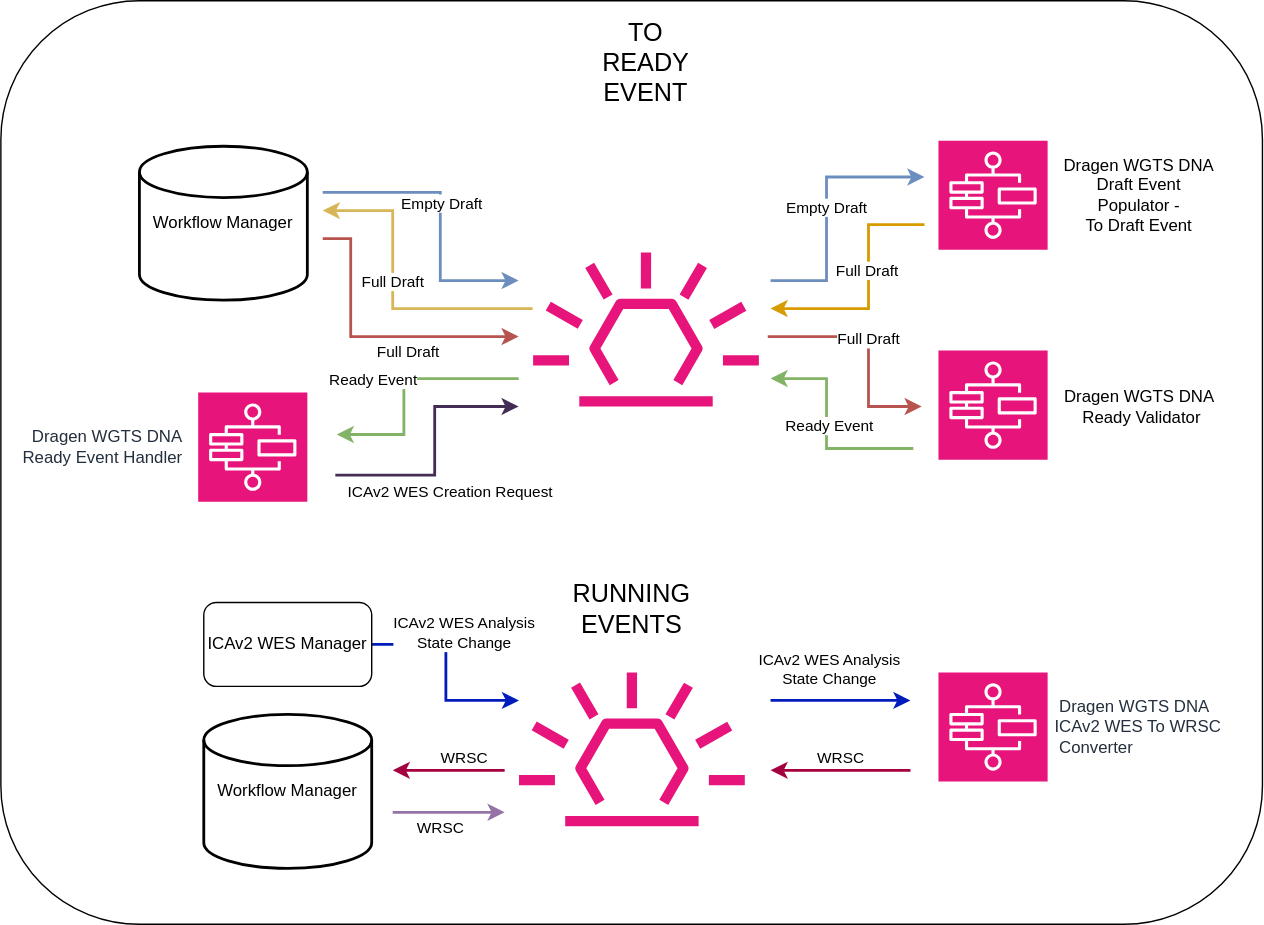
This is docs/drawio-exports/dragen-wgts-dna.drawio.svg from OrcaBus/service-dragen-wgts-dna-pipeline-manager, a draw.io export, as it was before one commit. Source tidied: cells renumbered, new cells last; positions are measured from the earlier drawing's top-left corner, leaving out a move shared by most shapes. Source of this version:
```xml
<mxGraphModel>
  <root>
    <mxCell id="0" />
    <mxCell id="1" parent="0" />
    <mxCell id="2" style="rounded=1;whiteSpace=wrap;html=1;" parent="1" vertex="1">
      <mxGeometry width="901.5" height="660" as="geometry" />
    </mxCell>
    <mxCell id="3" style="edgeStyle=orthogonalEdgeStyle;rounded=0;orthogonalLoop=1;jettySize=auto;html=1;fillColor=#dae8fc;strokeColor=#6c8ebf;strokeWidth=2;" parent="1" edge="1">
      <mxGeometry relative="1" as="geometry">
        <mxPoint x="230" y="137" as="sourcePoint" />
        <mxPoint x="370" y="200" as="targetPoint" />
        <Array as="points">
          <mxPoint x="314" y="137" />
          <mxPoint x="314" y="200" />
        </Array>
      </mxGeometry>
    </mxCell>
    <mxCell id="4" value="Empty Draft" style="edgeLabel;html=1;align=center;verticalAlign=middle;" parent="3" vertex="1">
      <mxGeometry x="0.06" y="-5" relative="1" as="geometry">
        <mxPoint x="5" y="-17" as="offset" />
      </mxGeometry>
    </mxCell>
    <mxCell id="5" style="edgeStyle=orthogonalEdgeStyle;rounded=0;orthogonalLoop=1;jettySize=auto;html=1;fillColor=#f8cecc;strokeColor=#b85450;strokeWidth=2;" parent="1" edge="1">
      <mxGeometry relative="1" as="geometry">
        <mxPoint x="230" y="170" as="sourcePoint" />
        <mxPoint x="370" y="240" as="targetPoint" />
        <Array as="points">
          <mxPoint x="250" y="170" />
          <mxPoint x="250" y="240" />
        </Array>
      </mxGeometry>
    </mxCell>
    <mxCell id="6" value="Full Draft" style="edgeLabel;html=1;align=center;verticalAlign=middle;" parent="5" vertex="1">
      <mxGeometry x="-0.49" y="1" relative="1" as="geometry">
        <mxPoint x="39" y="46" as="offset" />
      </mxGeometry>
    </mxCell>
    <mxCell id="7" style="sketch=0;fontColor=#232F3E;gradientColor=none;fillColor=#E7157B;strokeColor=none;dashed=0;verticalLabelPosition=bottom;verticalAlign=top;align=center;html=1;fontSize=12;fontStyle=0;shape=mxgraph.aws4.eventbridge_default_event_bus_resource;" parent="1" vertex="1">
      <mxGeometry x="380.1" y="180" width="161.9" height="110" as="geometry" />
    </mxCell>
    <mxCell id="8" style="sketch=0;fontColor=#232F3E;fillColor=#E7157B;strokeColor=#ffffff;dashed=0;verticalLabelPosition=bottom;verticalAlign=top;align=center;html=1;fontSize=12;fontStyle=0;shape=mxgraph.aws4.resourceIcon;resIcon=mxgraph.aws4.step_functions;" parent="1" vertex="1">
      <mxGeometry x="670" y="100" width="78" height="78" as="geometry" />
    </mxCell>
    <mxCell id="9" style="sketch=0;fontColor=#232F3E;fillColor=#E7157B;strokeColor=#ffffff;dashed=0;verticalLabelPosition=bottom;verticalAlign=top;align=center;html=1;fontSize=12;fontStyle=0;shape=mxgraph.aws4.resourceIcon;resIcon=mxgraph.aws4.step_functions;" parent="1" vertex="1">
      <mxGeometry x="670" y="250" width="78" height="78" as="geometry" />
    </mxCell>
    <mxCell id="10" style="edgeStyle=orthogonalEdgeStyle;rounded=0;jettySize=auto;html=1;fillColor=#0050ef;strokeColor=#001DBC;strokeWidth=2;" parent="1" edge="1" source="12" target="13">
      <mxGeometry relative="1" as="geometry">
        <Array as="points">
          <mxPoint x="318" y="460" />
          <mxPoint x="318" y="500" />
        </Array>
      </mxGeometry>
    </mxCell>
    <mxCell id="11" value="ICAv2 WES Analysis&lt;div&gt;State Change&lt;/div&gt;" style="edgeLabel;html=1;align=center;verticalAlign=middle;" parent="10" vertex="1">
      <mxGeometry x="-0.3" y="9" relative="1" as="geometry">
        <mxPoint x="14" as="offset" />
      </mxGeometry>
    </mxCell>
    <mxCell id="12" value="ICAv2 WES Manager" style="rounded=1;whiteSpace=wrap;html=1;" parent="1" vertex="1">
      <mxGeometry x="145" y="430" width="120" height="60" as="geometry" />
    </mxCell>
    <mxCell id="13" style="sketch=0;outlineConnect=0;fontColor=#232F3E;gradientColor=none;fillColor=#E7157B;strokeColor=none;dashed=0;verticalLabelPosition=bottom;verticalAlign=top;align=center;html=1;fontSize=12;fontStyle=0;shape=mxgraph.aws4.eventbridge_default_event_bus_resource;" parent="1" vertex="1">
      <mxGeometry x="370" y="480" width="161.9" height="110" as="geometry" />
    </mxCell>
    <mxCell id="14" value="Dragen WGTS DNA&amp;nbsp; &amp;nbsp;&lt;div&gt;Ready Event Handler&amp;nbsp; &amp;nbsp;&lt;/div&gt;" style="sketch=0;fontColor=#232F3E;fillColor=#E7157B;strokeColor=#ffffff;dashed=0;verticalLabelPosition=middle;verticalAlign=middle;align=right;html=1;fontSize=12;fontStyle=0;shape=mxgraph.aws4.resourceIcon;resIcon=mxgraph.aws4.step_functions;labelPosition=left;" parent="1" vertex="1">
      <mxGeometry x="141" y="280" width="78" height="78" as="geometry" />
    </mxCell>
    <mxCell id="15" style="edgeStyle=orthogonalEdgeStyle;rounded=0;orthogonalLoop=1;jettySize=auto;html=1;fillColor=#dae8fc;strokeColor=#6c8ebf;strokeWidth=2;" parent="1" edge="1">
      <mxGeometry relative="1" as="geometry">
        <mxPoint x="550" y="200" as="sourcePoint" />
        <mxPoint x="660" y="126" as="targetPoint" />
        <Array as="points">
          <mxPoint x="590" y="200" />
          <mxPoint x="590" y="126" />
        </Array>
      </mxGeometry>
    </mxCell>
    <mxCell id="16" value="Empty Draft" style="edgeLabel;html=1;align=center;verticalAlign=middle;" parent="15" vertex="1">
      <mxGeometry x="0.01" y="1" relative="1" as="geometry" />
    </mxCell>
    <mxCell id="17" style="edgeStyle=orthogonalEdgeStyle;rounded=0;orthogonalLoop=1;jettySize=auto;html=1;fillColor=#ffe6cc;strokeColor=#d79b00;strokeWidth=2;" parent="1" edge="1">
      <mxGeometry relative="1" as="geometry">
        <mxPoint x="660" y="160" as="sourcePoint" />
        <mxPoint x="550" y="220" as="targetPoint" />
        <Array as="points">
          <mxPoint x="660" y="160" />
          <mxPoint x="620" y="160" />
          <mxPoint x="620" y="220" />
        </Array>
      </mxGeometry>
    </mxCell>
    <mxCell id="18" value="Full Draft" style="edgeLabel;html=1;align=center;verticalAlign=middle;" parent="17" vertex="1">
      <mxGeometry x="-0.26" y="-2" relative="1" as="geometry">
        <mxPoint y="9" as="offset" />
      </mxGeometry>
    </mxCell>
    <mxCell id="19" style="edgeStyle=orthogonalEdgeStyle;rounded=0;orthogonalLoop=1;jettySize=auto;html=1;fillColor=#fff2cc;strokeColor=#d6b656;strokeWidth=2;" parent="1" edge="1">
      <mxGeometry relative="1" as="geometry">
        <mxPoint x="380" y="220" as="sourcePoint" />
        <mxPoint x="230" y="150" as="targetPoint" />
        <Array as="points">
          <mxPoint x="280" y="220" />
          <mxPoint x="280" y="150" />
        </Array>
      </mxGeometry>
    </mxCell>
    <mxCell id="20" value="Full Draft" style="edgeLabel;html=1;align=center;verticalAlign=middle;" parent="19" vertex="1">
      <mxGeometry x="-0.21" y="-2" relative="1" as="geometry">
        <mxPoint x="-14" y="-18" as="offset" />
      </mxGeometry>
    </mxCell>
    <mxCell id="21" style="edgeStyle=orthogonalEdgeStyle;rounded=0;orthogonalLoop=1;jettySize=auto;html=1;fillColor=#f8cecc;strokeColor=#b85450;strokeWidth=2;" parent="1" edge="1">
      <mxGeometry relative="1" as="geometry">
        <mxPoint x="548" y="240" as="sourcePoint" />
        <mxPoint x="658" y="290" as="targetPoint" />
        <Array as="points">
          <mxPoint x="620" y="240" />
          <mxPoint x="620" y="290" />
          <mxPoint x="658" y="290" />
        </Array>
      </mxGeometry>
    </mxCell>
    <mxCell id="22" value="Full Draft" style="edgeLabel;html=1;align=center;verticalAlign=middle;" parent="21" vertex="1">
      <mxGeometry x="-0.11" y="-1" relative="1" as="geometry" />
    </mxCell>
    <mxCell id="23" value="Dragen WGTS DNA &lt;br&gt;Draft Event &lt;br&gt;Populator - &lt;br&gt;To Draft Event" style="text;html=1;align=center;verticalAlign=middle;strokeColor=none;fillColor=none;" parent="1" vertex="1">
      <mxGeometry x="748" y="104" width="130" height="70" as="geometry" />
    </mxCell>
    <mxCell id="24" value="Dragen WGTS DNA&amp;nbsp;&lt;div&gt;Ready Validator&lt;/div&gt;" style="text;html=1;align=center;verticalAlign=middle;strokeColor=none;fillColor=none;" parent="1" vertex="1">
      <mxGeometry x="750" y="270" width="130" height="40" as="geometry" />
    </mxCell>
    <mxCell id="25" value="&lt;font style=&quot;font-size: 18px;&quot;&gt;TO READY EVENT&lt;/font&gt;" style="text;html=1;align=center;verticalAlign=middle;whiteSpace=wrap;rounded=0;" parent="1" vertex="1">
      <mxGeometry x="431" y="30" width="60" height="30" as="geometry" />
    </mxCell>
    <mxCell id="26" value="&lt;span style=&quot;font-size: 18px;&quot;&gt;RUNNING EVENTS&lt;/span&gt;" style="text;html=1;align=center;verticalAlign=middle;whiteSpace=wrap;rounded=0;" parent="1" vertex="1">
      <mxGeometry x="420.9" y="420" width="60" height="30" as="geometry" />
    </mxCell>
    <mxCell id="27" style="edgeStyle=orthogonalEdgeStyle;rounded=0;orthogonalLoop=1;jettySize=auto;html=1;fillColor=#0050ef;strokeColor=#001DBC;strokeWidth=2;" parent="1" edge="1">
      <mxGeometry relative="1" as="geometry">
        <mxPoint x="550" y="500" as="sourcePoint" />
        <mxPoint x="650" y="500" as="targetPoint" />
        <Array as="points">
          <mxPoint x="650" y="500" />
        </Array>
      </mxGeometry>
    </mxCell>
    <mxCell id="28" style="edgeStyle=orthogonalEdgeStyle;rounded=0;orthogonalLoop=1;jettySize=auto;html=1;fillColor=#d80073;strokeColor=#A50040;strokeWidth=2;" parent="1" edge="1">
      <mxGeometry relative="1" as="geometry">
        <mxPoint x="650" y="550" as="sourcePoint" />
        <mxPoint x="550" y="550" as="targetPoint" />
        <Array as="points">
          <mxPoint x="610" y="550" />
          <mxPoint x="610" y="550" />
        </Array>
      </mxGeometry>
    </mxCell>
    <mxCell id="29" style="edgeStyle=orthogonalEdgeStyle;rounded=0;orthogonalLoop=1;jettySize=auto;html=1;fillColor=#d80073;strokeColor=#A50040;strokeWidth=2;" parent="1" edge="1">
      <mxGeometry relative="1" as="geometry">
        <mxPoint x="360" y="550" as="sourcePoint" />
        <mxPoint x="280" y="550" as="targetPoint" />
        <Array as="points">
          <mxPoint x="280" y="550" />
        </Array>
      </mxGeometry>
    </mxCell>
    <mxCell id="30" style="edgeStyle=orthogonalEdgeStyle;rounded=0;orthogonalLoop=1;jettySize=auto;html=1;fillColor=#76608a;strokeColor=#432D57;strokeWidth=2;" parent="1" edge="1">
      <mxGeometry relative="1" as="geometry">
        <mxPoint x="240" y="340" as="sourcePoint" />
        <mxPoint x="370" y="290" as="targetPoint" />
        <Array as="points">
          <mxPoint x="240" y="339" />
          <mxPoint x="310" y="339" />
          <mxPoint x="310" y="290" />
        </Array>
      </mxGeometry>
    </mxCell>
    <mxCell id="31" value="ICAv2 WES Creation Request" style="edgeLabel;html=1;align=center;verticalAlign=middle;" parent="30" vertex="1">
      <mxGeometry x="0.09" y="-8" relative="1" as="geometry">
        <mxPoint x="2" y="38" as="offset" />
      </mxGeometry>
    </mxCell>
    <mxCell id="32" value="WRSC" style="edgeLabel;html=1;align=center;verticalAlign=middle;" parent="1" vertex="1">
      <mxGeometry x="599" y="540" as="geometry" />
    </mxCell>
    <mxCell id="33" style="edgeStyle=orthogonalEdgeStyle;rounded=0;orthogonalLoop=1;jettySize=auto;html=1;fillColor=#d5e8d4;strokeColor=#82b366;strokeWidth=2;" parent="1" edge="1">
      <mxGeometry relative="1" as="geometry">
        <mxPoint x="650" y="320" as="sourcePoint" />
        <mxPoint x="550" y="270" as="targetPoint" />
        <Array as="points">
          <mxPoint x="652" y="320" />
          <mxPoint x="590" y="320" />
          <mxPoint x="590" y="270" />
        </Array>
      </mxGeometry>
    </mxCell>
    <mxCell id="34" value="Ready Event" style="edgeLabel;html=1;align=center;verticalAlign=middle;" parent="33" vertex="1">
      <mxGeometry x="-0.11" y="-1" relative="1" as="geometry">
        <mxPoint y="-12" as="offset" />
      </mxGeometry>
    </mxCell>
    <mxCell id="35" value="Workflow Manager" style="strokeWidth=2;html=1;shape=mxgraph.flowchart.database;whiteSpace=wrap;" parent="1" vertex="1">
      <mxGeometry x="99" y="104" width="120" height="110" as="geometry" />
    </mxCell>
    <mxCell id="36" style="edgeStyle=orthogonalEdgeStyle;rounded=0;orthogonalLoop=1;jettySize=auto;html=1;fillColor=#d5e8d4;strokeColor=#82b366;strokeWidth=2;" parent="1" edge="1">
      <mxGeometry relative="1" as="geometry">
        <mxPoint x="370" y="270" as="sourcePoint" />
        <mxPoint x="240" y="310" as="targetPoint" />
        <Array as="points">
          <mxPoint x="360" y="270" />
          <mxPoint x="288" y="270" />
          <mxPoint x="288" y="310" />
        </Array>
      </mxGeometry>
    </mxCell>
    <mxCell id="37" value="Ready Event" style="edgeLabel;html=1;align=center;verticalAlign=middle;" parent="36" vertex="1">
      <mxGeometry x="-0.11" y="-1" relative="1" as="geometry">
        <mxPoint x="-29" y="1" as="offset" />
      </mxGeometry>
    </mxCell>
    <mxCell id="38" value="&amp;nbsp; Dragen WGTS DNA&amp;nbsp;&lt;div&gt;&amp;nbsp;ICAv2 WES To WRSC&lt;/div&gt;&lt;div&gt;&amp;nbsp; Converter&lt;/div&gt;" style="sketch=0;fontColor=#232F3E;fillColor=#E7157B;strokeColor=#ffffff;dashed=0;verticalLabelPosition=middle;verticalAlign=middle;align=left;html=1;fontSize=12;fontStyle=0;shape=mxgraph.aws4.resourceIcon;resIcon=mxgraph.aws4.step_functions;labelPosition=right;" parent="1" vertex="1">
      <mxGeometry x="670" y="480" width="78" height="78" as="geometry" />
    </mxCell>
    <mxCell id="39" value="ICAv2 WES Analysis&lt;div&gt;State Change&lt;/div&gt;" style="edgeLabel;html=1;align=center;verticalAlign=middle;" parent="1" vertex="1">
      <mxGeometry x="380.1" y="400" as="geometry">
        <mxPoint x="211" y="77" as="offset" />
      </mxGeometry>
    </mxCell>
    <mxCell id="40" value="WRSC" style="edgeLabel;html=1;align=center;verticalAlign=middle;" parent="1" vertex="1">
      <mxGeometry x="330" y="540" as="geometry" />
    </mxCell>
    <mxCell id="41" value="Workflow Manager" style="strokeWidth=2;html=1;shape=mxgraph.flowchart.database;whiteSpace=wrap;" parent="1" vertex="1">
      <mxGeometry x="145" y="510" width="120" height="110" as="geometry" />
    </mxCell>
    <mxCell id="42" style="edgeStyle=orthogonalEdgeStyle;rounded=0;orthogonalLoop=1;jettySize=auto;html=1;fillColor=#e1d5e7;strokeColor=#9673a6;strokeWidth=2;" parent="1" edge="1">
      <mxGeometry relative="1" as="geometry">
        <mxPoint x="280" y="580" as="sourcePoint" />
        <mxPoint x="360" y="580" as="targetPoint" />
        <Array as="points">
          <mxPoint x="280" y="580" />
        </Array>
      </mxGeometry>
    </mxCell>
    <mxCell id="43" value="WRSC" style="edgeLabel;html=1;align=center;verticalAlign=middle;" parent="42" vertex="1">
      <mxGeometry x="-0.17" y="-1" relative="1" as="geometry">
        <mxPoint y="9" as="offset" />
      </mxGeometry>
    </mxCell>
  </root>
</mxGraphModel>
```
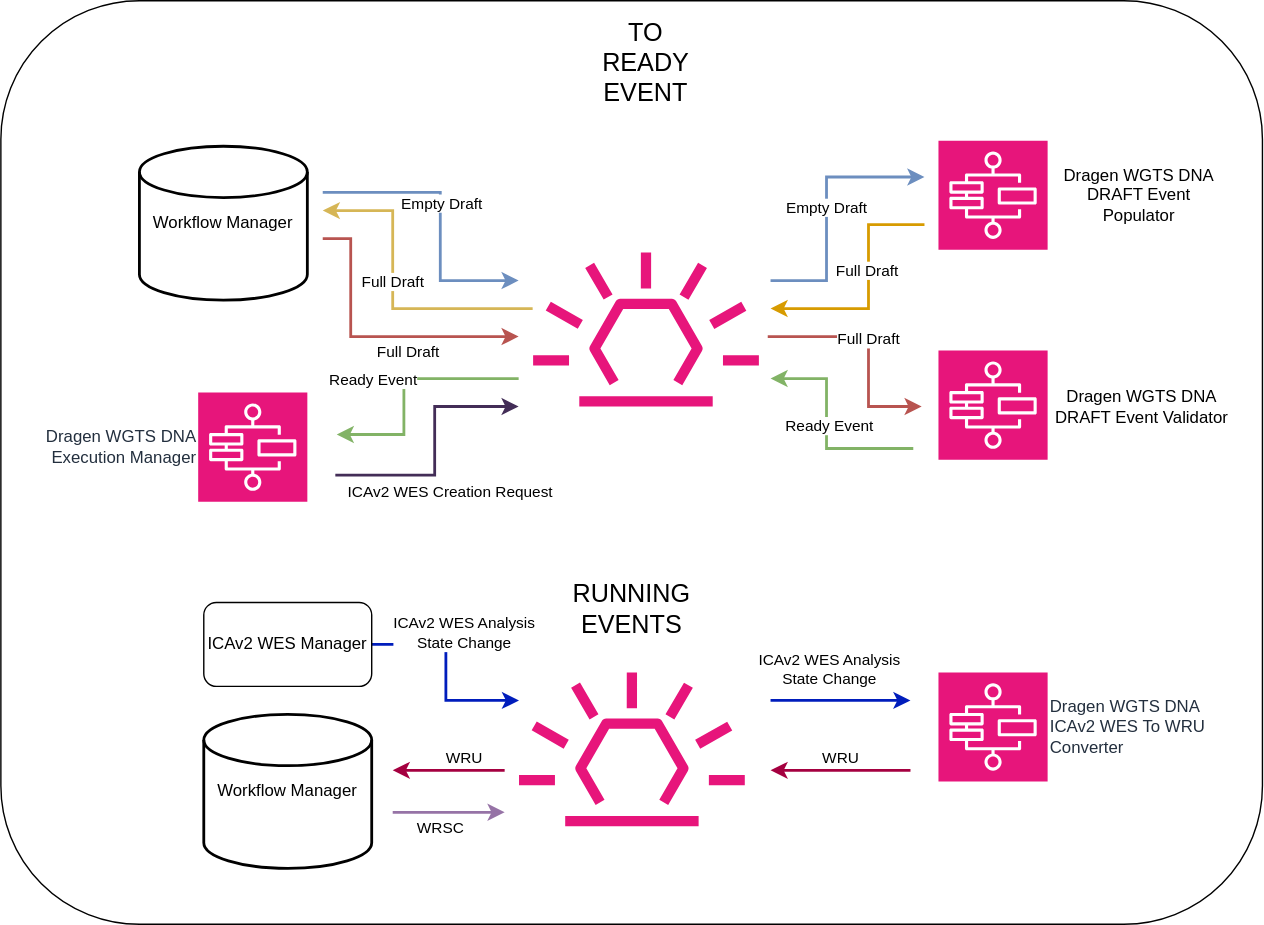
After the change.

What changed in the source:
```diff
@@ -63,7 +63,7 @@
     <mxCell id="13" style="sketch=0;outlineConnect=0;fontColor=#232F3E;gradientColor=none;fillColor=#E7157B;strokeColor=none;dashed=0;verticalLabelPosition=bottom;verticalAlign=top;align=center;html=1;fontSize=12;fontStyle=0;shape=mxgraph.aws4.eventbridge_default_event_bus_resource;" parent="1" vertex="1">
       <mxGeometry x="370" y="480" width="161.9" height="110" as="geometry" />
     </mxCell>
-    <mxCell id="14" value="Dragen WGTS DNA&amp;nbsp; &amp;nbsp;&lt;div&gt;Ready Event Handler&amp;nbsp; &amp;nbsp;&lt;/div&gt;" style="sketch=0;fontColor=#232F3E;fillColor=#E7157B;strokeColor=#ffffff;dashed=0;verticalLabelPosition=middle;verticalAlign=middle;align=right;html=1;fontSize=12;fontStyle=0;shape=mxgraph.aws4.resourceIcon;resIcon=mxgraph.aws4.step_functions;labelPosition=left;" parent="1" vertex="1">
+    <mxCell id="14" value="Dragen WGTS DNA&amp;nbsp; &amp;nbsp;&lt;div&gt;Execution Manager&amp;nbsp; &amp;nbsp;&lt;/div&gt;" style="sketch=0;fontColor=#232F3E;fillColor=#E7157B;strokeColor=#ffffff;dashed=0;verticalLabelPosition=middle;verticalAlign=middle;align=right;html=1;fontSize=12;fontStyle=0;shape=mxgraph.aws4.resourceIcon;resIcon=mxgraph.aws4.step_functions;labelPosition=left;" parent="1" vertex="1">
       <mxGeometry x="141" y="280" width="78" height="78" as="geometry" />
     </mxCell>
     <mxCell id="15" style="edgeStyle=orthogonalEdgeStyle;rounded=0;orthogonalLoop=1;jettySize=auto;html=1;fillColor=#dae8fc;strokeColor=#6c8ebf;strokeWidth=2;" parent="1" edge="1">
@@ -124,11 +124,11 @@
     <mxCell id="22" value="Full Draft" style="edgeLabel;html=1;align=center;verticalAlign=middle;" parent="21" vertex="1">
       <mxGeometry x="-0.11" y="-1" relative="1" as="geometry" />
     </mxCell>
-    <mxCell id="23" value="Dragen WGTS DNA &lt;br&gt;Draft Event &lt;br&gt;Populator - &lt;br&gt;To Draft Event" style="text;html=1;align=center;verticalAlign=middle;strokeColor=none;fillColor=none;" parent="1" vertex="1">
-      <mxGeometry x="748" y="104" width="130" height="70" as="geometry" />
+    <mxCell id="23" value="Dragen WGTS DNA &lt;br&gt;DRAFT Event &lt;br&gt;Populator" style="text;html=1;align=center;verticalAlign=middle;strokeColor=none;fillColor=none;" parent="1" vertex="1">
+      <mxGeometry x="748" y="109" width="130" height="60" as="geometry" />
     </mxCell>
-    <mxCell id="24" value="Dragen WGTS DNA&amp;nbsp;&lt;div&gt;Ready Validator&lt;/div&gt;" style="text;html=1;align=center;verticalAlign=middle;strokeColor=none;fillColor=none;" parent="1" vertex="1">
-      <mxGeometry x="750" y="270" width="130" height="40" as="geometry" />
+    <mxCell id="24" value="Dragen WGTS DNA&amp;nbsp;&lt;div&gt;DRAFT Event Validator&lt;/div&gt;" style="text;html=1;align=center;verticalAlign=middle;strokeColor=none;fillColor=none;" parent="1" vertex="1">
+      <mxGeometry x="740" y="270" width="150" height="40" as="geometry" />
     </mxCell>
     <mxCell id="25" value="&lt;font style=&quot;font-size: 18px;&quot;&gt;TO READY EVENT&lt;/font&gt;" style="text;html=1;align=center;verticalAlign=middle;whiteSpace=wrap;rounded=0;" parent="1" vertex="1">
       <mxGeometry x="431" y="30" width="60" height="30" as="geometry" />
```
